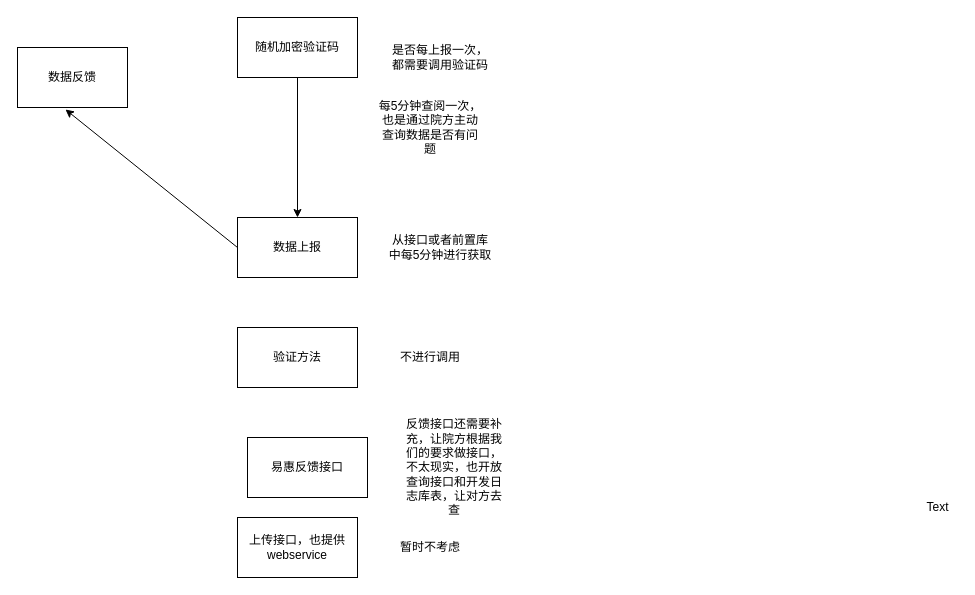
SmileCJX/processon keeps this draw.io diagram as source/传染病监测方案流程.drawio. Above is the earlier version. Source tidied: cells renumbered, new cells numbered last; positions are measured from the earlier drawing's top-left corner, leaving out a move shared by most shapes. Both pictures are drawn from the tidied source at 100%, with x=0, y=0 at pixel (17, 17).
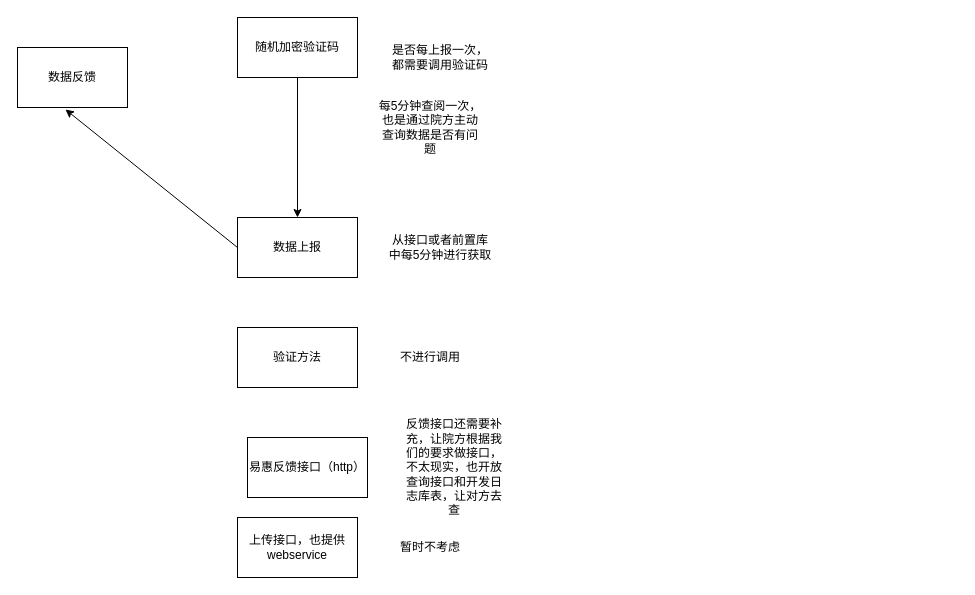
Above is the later version.

Commit message (it also covers changes not shown here):
更新传染病监测方案流程.drawio

Change to the diagram source:
```diff
@@
 <mxGraphModel>
   <root>
     <mxCell id="0" />
     <mxCell id="1" parent="0" />
     <mxCell id="2" value="随机加密验证码" style="rounded=0;whiteSpace=wrap;html=1;" parent="1" vertex="1">
       <mxGeometry x="220" width="120" height="60" as="geometry" />
     </mxCell>
     <mxCell id="3" value="数据反馈" style="rounded=0;whiteSpace=wrap;html=1;" parent="1" vertex="1">
       <mxGeometry y="30" width="110" height="60" as="geometry" />
     </mxCell>
     <mxCell id="4" value="数据上报" style="rounded=0;whiteSpace=wrap;html=1;" parent="1" vertex="1">
       <mxGeometry x="220" y="200" width="120" height="60" as="geometry" />
     </mxCell>
     <mxCell id="5" value="验证方法" style="rounded=0;whiteSpace=wrap;html=1;" parent="1" vertex="1">
       <mxGeometry x="220" y="310" width="120" height="60" as="geometry" />
     </mxCell>
     <mxCell id="6" value="从接口或者前置库中每5分钟进行获取" style="text;html=1;strokeColor=none;fillColor=none;align=center;verticalAlign=middle;whiteSpace=wrap;rounded=0;" parent="1" vertex="1">
       <mxGeometry x="370" y="220" width="106" height="20" as="geometry" />
     </mxCell>
     <mxCell id="7" value="每5分钟查阅一次，也是通过院方主动查询数据是否有问题" style="text;html=1;strokeColor=none;fillColor=none;align=center;verticalAlign=middle;whiteSpace=wrap;rounded=0;" parent="1" vertex="1">
       <mxGeometry x="360" y="100" width="106" height="20" as="geometry" />
     </mxCell>
     <mxCell id="8" value="是否每上报一次，都需要调用验证码" style="text;html=1;strokeColor=none;fillColor=none;align=center;verticalAlign=middle;whiteSpace=wrap;rounded=0;" parent="1" vertex="1">
       <mxGeometry x="370" y="30" width="106" height="20" as="geometry" />
     </mxCell>
     <mxCell id="9" style="endArrow=classic;html=1;exitX=0;exitY=0.5;exitDx=0;exitDy=0;entryX=0.436;entryY=1.033;entryDx=0;entryDy=0;entryPerimeter=0;" parent="1" edge="1" source="4" target="3">
       <mxGeometry relative="1" as="geometry" />
     </mxCell>
     <mxCell id="10" style="endArrow=classic;html=1;exitX=0.5;exitY=1;exitDx=0;exitDy=0;" parent="1" edge="1" source="2" target="4">
       <mxGeometry relative="1" as="geometry" />
     </mxCell>
     <mxCell id="11" value="不进行调用" style="text;html=1;strokeColor=none;fillColor=none;align=center;verticalAlign=middle;whiteSpace=wrap;rounded=0;" parent="1" vertex="1">
       <mxGeometry x="360" y="330" width="106" height="20" as="geometry" />
     </mxCell>
-    <mxCell id="12" value="易惠反馈接口" style="rounded=0;whiteSpace=wrap;html=1;" parent="1" vertex="1">
+    <mxCell id="12" value="易惠反馈接口（http）" style="rounded=0;whiteSpace=wrap;html=1;" parent="1" vertex="1">
       <mxGeometry x="230" y="420" width="120" height="60" as="geometry" />
     </mxCell>
     <mxCell id="13" value="反馈接口还需要补充，让院方根据我们的要求做接口，不太现实，也开放查询接口和开发日志库表，让对方去查" style="text;html=1;strokeColor=none;fillColor=none;align=center;verticalAlign=middle;whiteSpace=wrap;rounded=0;" parent="1" vertex="1">
       <mxGeometry x="384" y="440" width="106" height="20" as="geometry" />
     </mxCell>
     <mxCell id="14" value="上传接口，也提供webservice" style="rounded=0;whiteSpace=wrap;html=1;" parent="1" vertex="1">
       <mxGeometry x="220" y="500" width="120" height="60" as="geometry" />
     </mxCell>
     <mxCell id="15" value="暂时不考虑" style="text;html=1;strokeColor=none;fillColor=none;align=center;verticalAlign=middle;whiteSpace=wrap;rounded=0;" parent="1" vertex="1">
       <mxGeometry x="360" y="520" width="106" height="20" as="geometry" />
     </mxCell>
-    <mxCell id="16" value="Text" style="text;html=1;align=center;verticalAlign=middle;" parent="1" vertex="1">
-      <mxGeometry x="900" y="480" width="40" height="20" as="geometry" />
-    </mxCell>
   </root>
 </mxGraphModel>
```
